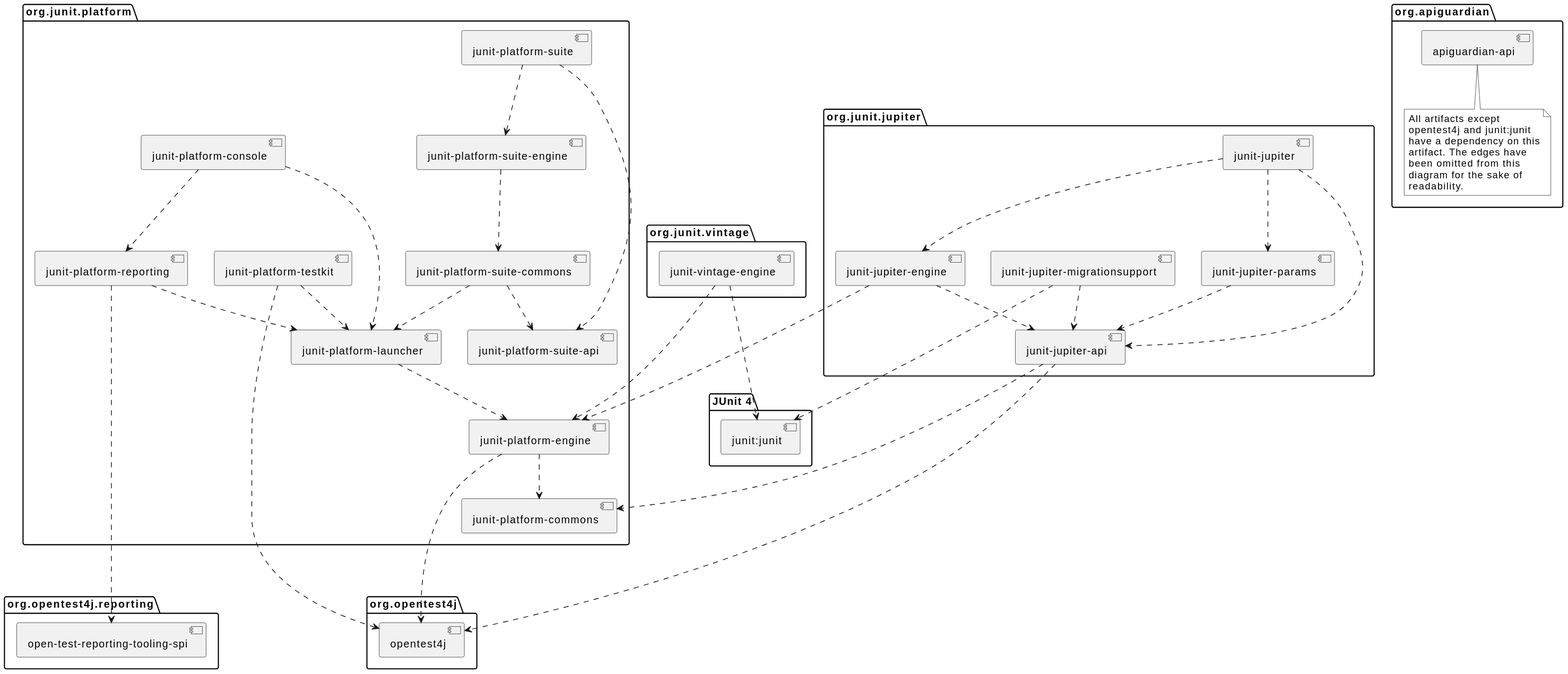
Before: snapshot/user-guide/images/component-diagram.svg, a diagram exported from PlantUML (junit-team/docs.junit.org).
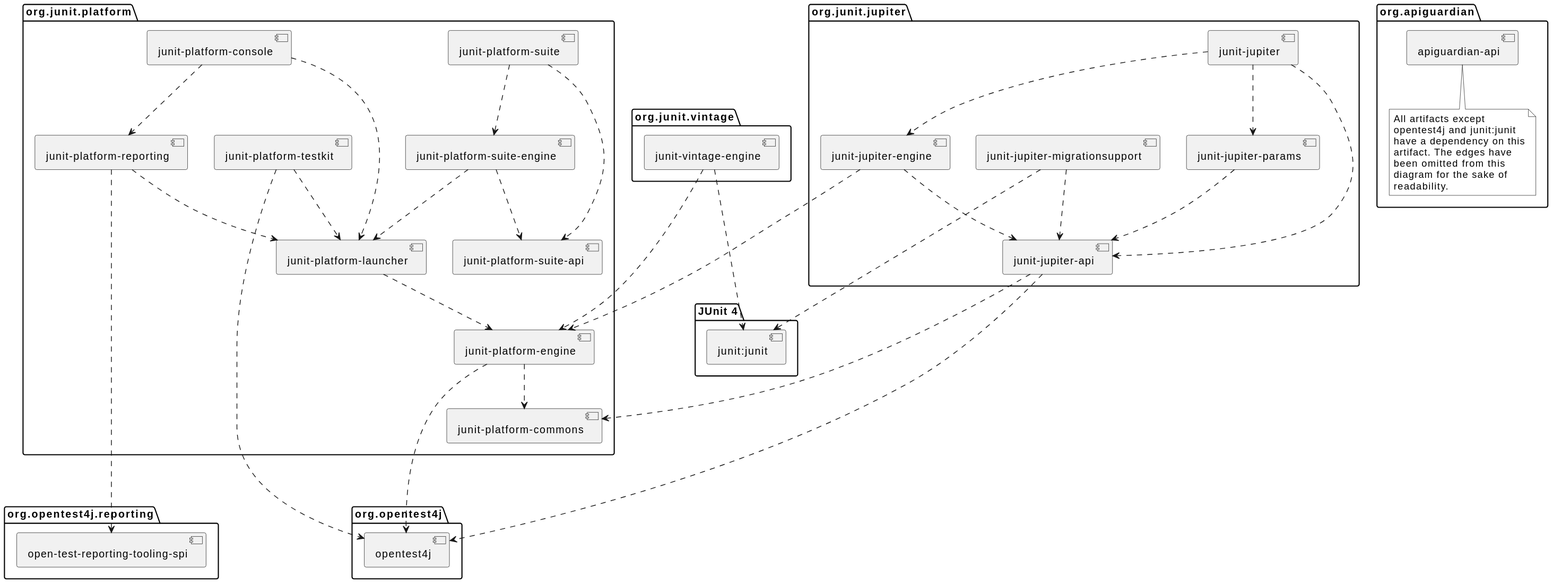
After the commit.

Change to the diagram source:
```diff
@@ -23,7 +23,6 @@
     [junit-platform-reporting] as reporting
     [junit-platform-suite] as suite
     [junit-platform-suite-api] as suite_api
-    [junit-platform-suite-commons] as suite_commons
     [junit-platform-suite-engine] as suite_engine
     [junit-platform-testkit] as testkit
 }
@@ -81,10 +80,8 @@
 suite ..> suite_api
 suite ..> suite_engine
 
-suite_engine ..> suite_commons
-
-suite_commons ..> launcher
-suite_commons ..> suite_api
+suite_engine ..> launcher
+suite_engine ..> suite_api
 
 testkit ....> opentest4j
 testkit ..> launcher
```
